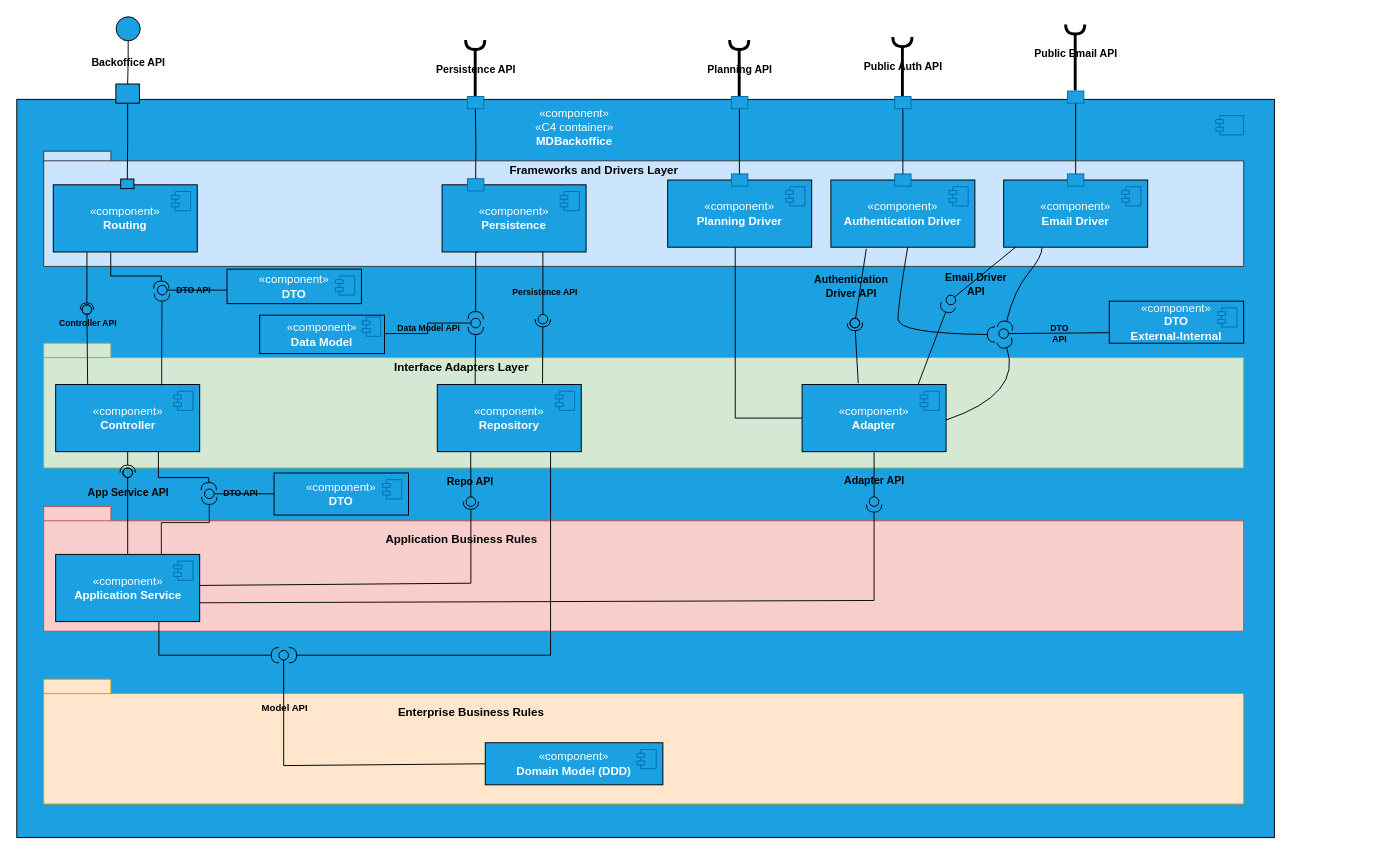
Before: docs/sprint-3/team-decisions/views/logical-view/backoffice_vl3.drawio in rita-barbosa/LAPR5-2425, a draw.io diagram. Source tidied: cells renumbered, new cells numbered last; positions are measured from the earlier drawing's top-left corner, leaving out a move shared by most shapes. Both pictures are drawn from the tidied source at 96%, with x=0, y=0 at pixel (16, 16).
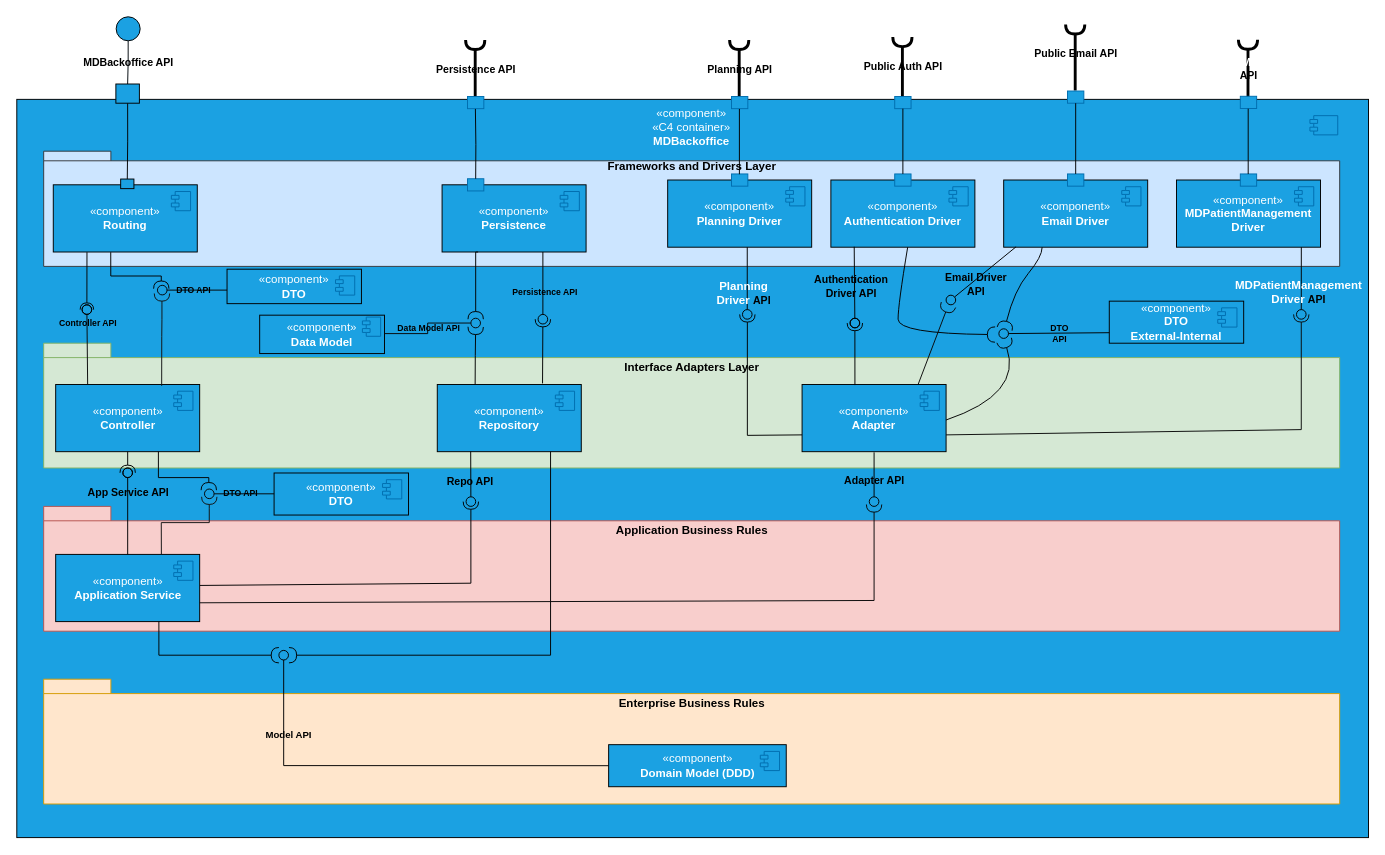
After the change.

Unchanged cells that the change refers to:
```xml
<mxCell id="14" style="edgeStyle=orthogonalEdgeStyle;rounded=0;jettySize=auto;html=1;strokeColor=#00080D;endArrow=none;endFill=0;labelBackgroundColor=none;entryX=0.5;entryY=0;entryDx=0;entryDy=0;" parent="1" edge="1" source="11" target="91">
  <mxGeometry relative="1" as="geometry" />
</mxCell>
<mxCell id="55" style="group;" parent="54" vertex="1">
  <mxGeometry width="252.5" height="80" as="geometry" />
</mxCell>
<mxCell id="64" value="«component»&lt;br&gt;&lt;b&gt;Repository&lt;/b&gt;" style="html=1;whiteSpace=wrap;fillColor=#1ba1e2;fontColor=#ffffff;strokeColor=#000000;" parent="63" vertex="1">
  <mxGeometry y="10" width="150" height="70" as="geometry" />
</mxCell>
<mxCell id="94" value="«component»&lt;br&gt;&lt;b&gt;Adapter&lt;/b&gt;" style="html=1;whiteSpace=wrap;fillColor=#1ba1e2;fontColor=#ffffff;strokeColor=#000000;" parent="93" vertex="1">
  <mxGeometry y="10" width="150" height="70" as="geometry" />
</mxCell>
<mxCell id="117" value="«component»&lt;br&gt;&lt;b&gt;Authentication Driver&lt;/b&gt;" style="html=1;whiteSpace=wrap;fillColor=#1ba1e2;fontColor=#ffffff;strokeColor=#000000;" parent="116" vertex="1">
  <mxGeometry y="10" width="150" height="70" as="geometry" />
</mxCell>
<mxCell id="134" style="ellipse;whiteSpace=wrap;html=1;align=center;fillColor=none;strokeColor=#000000;perimeter=centerPerimeter;points=[];outlineConnect=1;" parent="1" vertex="1">
  <mxGeometry x="868" y="314" width="10" height="10" as="geometry" />
</mxCell>
<mxCell id="152" value="«component»&lt;br&gt;&lt;b&gt;Planning Driver&lt;/b&gt;" style="html=1;whiteSpace=wrap;fillColor=#1ba1e2;fontColor=#ffffff;strokeColor=#000000;" parent="151" vertex="1">
  <mxGeometry y="10" width="150" height="70" as="geometry" />
</mxCell>
```

The edit, as a diff of the source:
```diff
@@
     <mxCell id="2" style="html=1;whiteSpace=wrap;fillColor=#1ba1e2;fontColor=#ffffff;strokeColor=#000000;" parent="1" vertex="1">
-      <mxGeometry y="86" width="1310" height="769" as="geometry" />
+      <mxGeometry y="86" width="1408" height="769" as="geometry" />
     </mxCell>
@@
     <mxCell id="4" style="shape=folder;fontStyle=1;spacingTop=10;tabWidth=70;tabHeight=15;tabPosition=left;html=1;whiteSpace=wrap;fillColor=#d5e8d4;strokeColor=#82b366;" parent="1" vertex="1">
-      <mxGeometry x="28" y="340" width="1250" height="130" as="geometry" />
+      <mxGeometry x="28" y="340" width="1350" height="130" as="geometry" />
     </mxCell>
     <mxCell id="5" style="shape=folder;fontStyle=1;spacingTop=10;tabWidth=70;tabHeight=10;tabPosition=left;html=1;whiteSpace=wrap;fillColor=#cce5ff;strokeColor=#36393d;" parent="1" vertex="1">
-      <mxGeometry x="28" y="140" width="1250" height="120" as="geometry" />
+      <mxGeometry x="28" y="140" width="1350" height="120" as="geometry" />
     </mxCell>
     <mxCell id="6" value="&lt;span style=&quot;color: rgb(255, 255, 255);&quot;&gt;«component»&lt;/span&gt;&lt;br style=&quot;color: rgb(255, 255, 255);&quot;&gt;&lt;span style=&quot;color: rgb(255, 255, 255);&quot;&gt;«C4 container»&lt;/span&gt;&lt;br style=&quot;color: rgb(255, 255, 255);&quot;&gt;&lt;b style=&quot;color: rgb(255, 255, 255);&quot;&gt;MDBackoffice&lt;/b&gt;" style="text;html=1;align=center;verticalAlign=middle;whiteSpace=wrap;rounded=0;" parent="1" vertex="1">
-      <mxGeometry x="505.5" y="90" width="150" height="50" as="geometry" />
+      <mxGeometry x="628" y="90" width="150" height="50" as="geometry" />
     </mxCell>
@@
-    <mxCell id="15" value="&lt;b&gt;Backoffice API&lt;/b&gt;" style="edgeLabel;html=1;align=center;verticalAlign=middle;labelBackgroundColor=none;" parent="14" vertex="1">
+    <mxCell id="15" value="&lt;b&gt;MDBackoffice API&lt;/b&gt;" style="edgeLabel;html=1;align=center;verticalAlign=middle;labelBackgroundColor=none;" parent="14" vertex="1">
       <mxGeometry x="-0.01" relative="1" as="geometry" />
     </mxCell>
     <mxCell id="16" value="Interface Adapters Layer" style="text;html=1;align=center;verticalAlign=middle;strokeColor=none;fillColor=none;fontColor=#000000;fontStyle=1;" parent="1" vertex="1">
-      <mxGeometry x="388" y="350" width="150" height="30" as="geometry" />
+      <mxGeometry x="628" y="350" width="150" height="30" as="geometry" />
     </mxCell>
@@
     <mxCell id="26" style="shape=folder;fontStyle=1;spacingTop=10;tabWidth=70;tabHeight=15;tabPosition=left;html=1;whiteSpace=wrap;fillColor=#f8cecc;strokeColor=#b85450;" parent="1" vertex="1">
-      <mxGeometry x="28" y="510" width="1250" height="130" as="geometry" />
+      <mxGeometry x="28" y="510" width="1350" height="130" as="geometry" />
     </mxCell>
     <mxCell id="27" style="shape=folder;fontStyle=1;spacingTop=10;tabWidth=70;tabHeight=15;tabPosition=left;html=1;whiteSpace=wrap;fillColor=#ffe6cc;strokeColor=#d79b00;" parent="1" vertex="1">
-      <mxGeometry x="28" y="690" width="1250" height="130" as="geometry" />
+      <mxGeometry x="28" y="690" width="1350" height="130" as="geometry" />
     </mxCell>
     <mxCell id="28" value="Application Business Rules" style="text;html=1;align=center;verticalAlign=middle;strokeColor=none;fillColor=none;fontColor=#000000;fontStyle=1;" parent="1" vertex="1">
-      <mxGeometry x="378" y="530" width="170" height="30" as="geometry" />
+      <mxGeometry x="618" y="520" width="170" height="30" as="geometry" />
     </mxCell>
     <mxCell id="29" value="Enterprise Business Rules" style="text;html=1;align=center;verticalAlign=middle;strokeColor=none;fillColor=none;fontColor=#000000;fontStyle=1;" parent="1" vertex="1">
-      <mxGeometry x="393" y="710" width="160" height="30" as="geometry" />
+      <mxGeometry x="623" y="700" width="160" height="30" as="geometry" />
     </mxCell>
@@
     <mxCell id="46" style="group;" parent="1" vertex="1">
-      <mxGeometry x="488" y="750" width="185" height="50" as="geometry" />
+      <mxGeometry x="630.5" y="752" width="185" height="50" as="geometry" />
     </mxCell>
     <mxCell id="47" style="group;" parent="46" vertex="1">
-      <mxGeometry width="185" height="50" as="geometry" />
+      <mxGeometry x="-14" width="185" height="50" as="geometry" />
     </mxCell>
@@
-    <mxCell id="58" value="Frameworks and Drivers Layer" style="text;html=1;align=center;verticalAlign=middle;strokeColor=none;fillColor=none;fontColor=#000000;fontStyle=1;" parent="55" vertex="1">
-      <mxGeometry x="62.5" y="-20" width="190" height="30" as="geometry" />
-    </mxCell>
@@
     <mxCell id="76" style="rounded=0;jettySize=auto;html=1;endArrow=halfCircle;endFill=0;endSize=6;strokeWidth=1;sketch=0;strokeColor=#000000;entryX=0.99;entryY=0.942;entryDx=0;entryDy=0;entryPerimeter=0;exitX=0.263;exitY=0.002;exitDx=0;exitDy=0;exitPerimeter=0;" parent="1" edge="1" source="64">
       <mxGeometry relative="1" as="geometry">
         <mxPoint x="478" y="323" as="targetPoint" />
         <Array as="points">
-          <mxPoint x="477.6" y="363" />
           <mxPoint x="477.6" y="353" />
         </Array>
       </mxGeometry>
     </mxCell>
@@
-    <mxCell id="132" style="rounded=0;jettySize=auto;html=1;endArrow=halfCircle;endFill=0;endSize=6;strokeWidth=1;sketch=0;strokeColor=#000000;exitX=0.39;exitY=-0.019;exitDx=0;exitDy=0;exitPerimeter=0;entryX=0.36;entryY=1.326;entryDx=0;entryDy=0;entryPerimeter=0;" parent="1" edge="1" source="94" target="134">
+    <mxCell id="132" style="rounded=0;jettySize=auto;html=1;endArrow=halfCircle;endFill=0;endSize=6;strokeWidth=1;sketch=0;strokeColor=#000000;exitX=0.367;exitY=0.009;exitDx=0;exitDy=0;exitPerimeter=0;entryX=0.36;entryY=1.326;entryDx=0;entryDy=0;entryPerimeter=0;" parent="1" edge="1" source="94" target="134">
       <mxGeometry relative="1" as="geometry" />
     </mxCell>
-    <mxCell id="133" style="rounded=0;jettySize=auto;html=1;endArrow=oval;endFill=0;sketch=0;sourcePerimeterSpacing=0;targetPerimeterSpacing=0;endSize=10;exitX=0.246;exitY=1.024;exitDx=0;exitDy=0;exitPerimeter=0;strokeColor=#000000;" parent="1" edge="1" source="117" target="134">
+    <mxCell id="133" style="rounded=0;jettySize=auto;html=1;endArrow=oval;endFill=0;sketch=0;sourcePerimeterSpacing=0;targetPerimeterSpacing=0;endSize=10;exitX=0.162;exitY=0.993;exitDx=0;exitDy=0;strokeColor=#000000;exitPerimeter=0;" parent="1" edge="1" source="117" target="134">
       <mxGeometry relative="1" as="geometry" />
     </mxCell>
@@
-    <mxCell id="149" style="edgeStyle=orthogonalEdgeStyle;rounded=0;jettySize=auto;html=1;endArrow=none;endFill=0;strokeColor=#000000;entryX=0;entryY=0.5;entryDx=0;entryDy=0;exitX=0.469;exitY=0.981;exitDx=0;exitDy=0;exitPerimeter=0;" parent="1" edge="1" source="152" target="94">
-      <mxGeometry relative="1" as="geometry" />
-    </mxCell>
@@
+    <mxCell id="58" value="Frameworks and Drivers Layer" style="text;html=1;align=center;verticalAlign=middle;strokeColor=none;fillColor=none;fontColor=#000000;fontStyle=1;" parent="1" vertex="1">
+      <mxGeometry x="608" y="141" width="190" height="30" as="geometry" />
+    </mxCell>
+    <mxCell id="162" style="group;" parent="1" vertex="1">
+      <mxGeometry x="1208" y="160" width="150" height="80" as="geometry" />
+    </mxCell>
+    <mxCell id="163" style="group;" parent="162" vertex="1">
+      <mxGeometry width="150" height="80" as="geometry" />
+    </mxCell>
+    <mxCell id="164" value="«component»&lt;br&gt;&lt;b&gt;MDPatientManagement&lt;/b&gt;&lt;div&gt;&lt;b&gt;Driver&lt;/b&gt;&lt;/div&gt;" style="html=1;whiteSpace=wrap;fillColor=#1ba1e2;fontColor=#ffffff;strokeColor=#000000;" parent="163" vertex="1">
+      <mxGeometry y="10" width="150" height="70" as="geometry" />
+    </mxCell>
+    <mxCell id="165" style="shape=module;jettyWidth=8;jettyHeight=4;fillColor=#1ba1e2;fontColor=#ffffff;strokeColor=#006EAF;" parent="164" vertex="1">
+      <mxGeometry x="1" width="20" height="20" relative="1" as="geometry">
+        <mxPoint x="-27" y="7" as="offset" />
+      </mxGeometry>
+    </mxCell>
+    <mxCell id="166" style="rounded=0;whiteSpace=wrap;html=1;fillColor=#1ba1e2;fontColor=#ffffff;strokeColor=#006EAF;rotation=-360;" parent="163" vertex="1">
+      <mxGeometry x="66.5" y="3.7" width="17" height="12.7" as="geometry" />
+    </mxCell>
+    <mxCell id="167" style="rounded=0;jettySize=auto;html=1;endArrow=oval;endFill=0;sketch=0;sourcePerimeterSpacing=0;targetPerimeterSpacing=0;endSize=10;exitX=0.867;exitY=1;exitDx=0;exitDy=0;strokeColor=#000000;exitPerimeter=0;" parent="1" edge="1" source="164">
+      <mxGeometry relative="1" as="geometry">
+        <mxPoint x="1338" y="310" as="targetPoint" />
+      </mxGeometry>
+    </mxCell>
+    <mxCell id="168" value="&lt;div&gt;&lt;b style=&quot;color: rgb(255, 255, 255); font-size: 12px; text-wrap: wrap;&quot;&gt;MDPatientManagement&lt;/b&gt;&lt;/div&gt;&lt;div&gt;&lt;b style=&quot;color: rgb(255, 255, 255); font-size: 12px; text-wrap: wrap;&quot;&gt;Driver&amp;nbsp;&lt;/b&gt;&lt;span style=&quot;background-color: initial;&quot;&gt;API&lt;/span&gt;&lt;/div&gt;" style="edgeLabel;html=1;align=center;verticalAlign=middle;labelBackgroundColor=none;fontStyle=1;" parent="167" vertex="1">
+      <mxGeometry x="0.15" relative="1" as="geometry">
+        <mxPoint x="-4" y="7" as="offset" />
+      </mxGeometry>
+    </mxCell>
+    <mxCell id="169" style="rounded=0;jettySize=auto;html=1;endArrow=halfCircle;endFill=0;endSize=6;strokeWidth=1;sketch=0;strokeColor=#0A0A0A;exitX=1;exitY=0.75;exitDx=0;exitDy=0;" parent="1" edge="1" source="94">
+      <mxGeometry relative="1" as="geometry">
+        <mxPoint x="1338" y="310" as="targetPoint" />
+        <Array as="points">
+          <mxPoint x="1338" y="430" />
+        </Array>
+      </mxGeometry>
+    </mxCell>
+    <mxCell id="170" style="rounded=0;orthogonalLoop=1;jettySize=auto;html=1;endArrow=oval;endFill=0;sketch=0;sourcePerimeterSpacing=0;targetPerimeterSpacing=0;endSize=10;exitX=0.867;exitY=1;exitDx=0;exitDy=0;strokeColor=#000000;exitPerimeter=0;" parent="1" edge="1">
+      <mxGeometry relative="1" as="geometry">
+        <mxPoint x="760.9" y="240" as="sourcePoint" />
+        <mxPoint x="760.9" y="310" as="targetPoint" />
+      </mxGeometry>
+    </mxCell>
+    <mxCell id="171" value="&lt;div&gt;&lt;b style=&quot;color: rgb(255, 255, 255); font-size: 12px; text-wrap: wrap;&quot;&gt;Planning&lt;/b&gt;&lt;/div&gt;&lt;div&gt;&lt;b style=&quot;color: rgb(255, 255, 255); font-size: 12px; text-wrap: wrap;&quot;&gt;Driver&amp;nbsp;&lt;/b&gt;&lt;span style=&quot;background-color: initial;&quot;&gt;API&lt;/span&gt;&lt;/div&gt;" style="edgeLabel;html=1;align=center;verticalAlign=middle;labelBackgroundColor=none;fontStyle=1;" parent="170" vertex="1">
+      <mxGeometry x="0.15" relative="1" as="geometry">
+        <mxPoint x="-4" y="7" as="offset" />
+      </mxGeometry>
+    </mxCell>
+    <mxCell id="172" style="rounded=0;jettySize=auto;html=1;endArrow=halfCircle;endFill=0;endSize=6;strokeWidth=1;sketch=0;strokeColor=#000000;exitX=0;exitY=0.75;exitDx=0;exitDy=0;" parent="1" edge="1" source="94">
+      <mxGeometry relative="1" as="geometry">
+        <mxPoint x="761" y="310" as="targetPoint" />
+        <Array as="points">
+          <mxPoint x="761" y="436" />
+        </Array>
+      </mxGeometry>
+    </mxCell>
+    <mxCell id="173" style="edgeStyle=orthogonalEdgeStyle;rounded=0;orthogonalLoop=1;jettySize=auto;html=1;entryX=0.5;entryY=0;entryDx=0;entryDy=0;endArrow=none;endFill=0;fontColor=#000000;strokeColor=#000000;startArrow=halfCircle;startFill=0;strokeWidth=3;endSize=6;jumpSize=6;" parent="1" edge="1">
+      <mxGeometry relative="1" as="geometry">
+        <mxPoint x="1282.5" y="23.8" as="sourcePoint" />
+        <mxPoint x="1282.5" y="92.8" as="targetPoint" />
+      </mxGeometry>
+    </mxCell>
+    <mxCell id="174" value="&lt;b style=&quot;text-wrap: wrap; color: rgb(255, 255, 255); font-size: 12px;&quot;&gt;MDPatientManagement&lt;/b&gt;&lt;div&gt;API&lt;/div&gt;" style="edgeLabel;html=1;align=center;verticalAlign=middle;labelBackgroundColor=none;rotation=0;fontStyle=1;" parent="173" vertex="1">
+      <mxGeometry x="-0.15" relative="1" as="geometry">
+        <mxPoint y="1" as="offset" />
+      </mxGeometry>
+    </mxCell>
+    <mxCell id="175" style="rounded=0;whiteSpace=wrap;html=1;fillColor=#1ba1e2;fontColor=#ffffff;strokeColor=#006EAF;rotation=-360;" parent="1" vertex="1">
+      <mxGeometry x="1274.5" y="82.8" width="17" height="12.7" as="geometry" />
+    </mxCell>
+    <mxCell id="176" style="edgeStyle=orthogonalEdgeStyle;rounded=0;orthogonalLoop=1;jettySize=auto;html=1;endArrow=none;endFill=0;strokeColor=#000000;entryX=0.5;entryY=0;entryDx=0;entryDy=0;" parent="1" edge="1">
+      <mxGeometry relative="1" as="geometry">
+        <mxPoint x="1282.7" y="95.8" as="sourcePoint" />
+        <mxPoint x="1282.7" y="163.8" as="targetPoint" />
+      </mxGeometry>
+    </mxCell>
```
